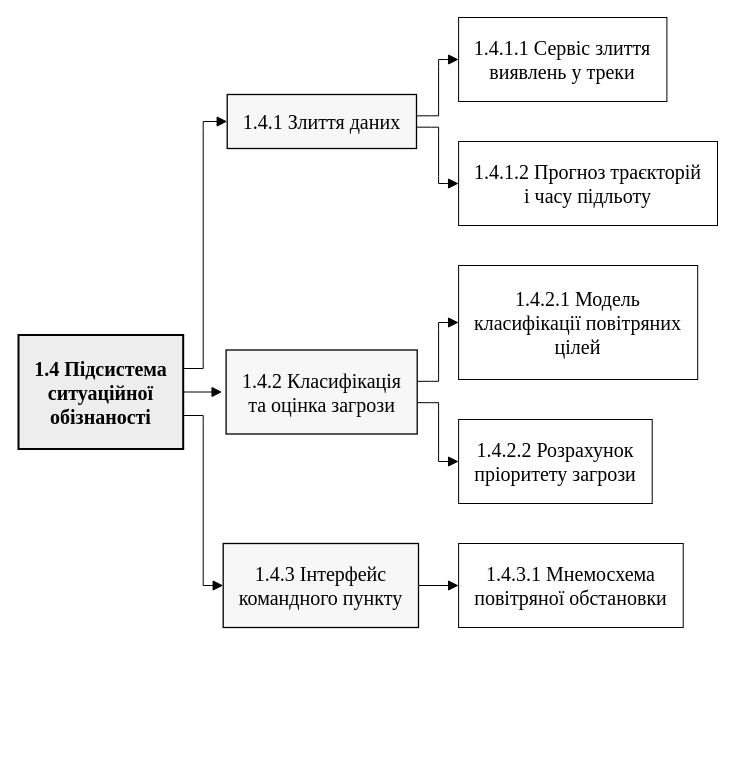
Above: lab1/drawio/12_WBS_1.4.drawio in KravAvfv/-_2026 (draw.io), before the change. Source tidied: cells renumbered, new cells numbered last; positions are measured from the earlier drawing's top-left corner, leaving out a move shared by most shapes. Both pictures are drawn from the tidied source at 100%, with x=0, y=0 at pixel (18, 17).
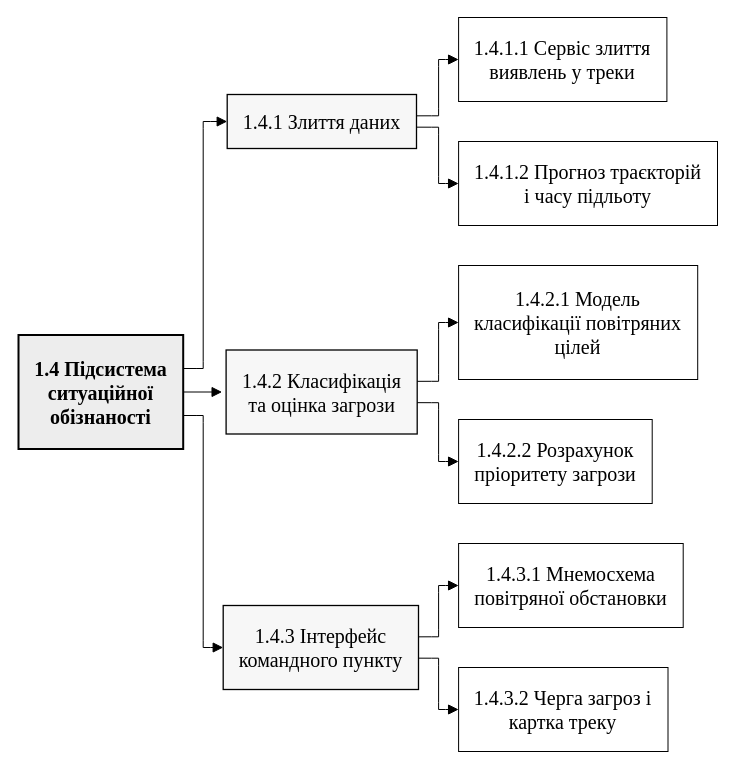
After the change.

Unchanged cells that the change refers to:
```xml
<mxCell id="2" value="1.4 Підсистема&lt;br&gt;ситуаційної&lt;br&gt;обізнаності" style="rounded=0;whiteSpace=wrap;html=1;fontFamily=Times New Roman;fontSize=20;fontColor=#000000;fillColor=#EDEDED;strokeColor=#000000;strokeWidth=2;fontStyle=1;spacingLeft=4;spacingRight=4;" parent="1" vertex="1">
  <mxGeometry y="317.5" width="164.7" height="114" as="geometry" />
</mxCell>
<mxCell id="10" value="1.4.3.1 Мнемосхема&lt;br&gt;повітряної обстановки" style="rounded=0;whiteSpace=wrap;html=1;fontFamily=Times New Roman;fontSize=20;fontColor=#000000;fillColor=#FFFFFF;strokeColor=#000000;strokeWidth=1;fontStyle=0;spacingLeft=4;spacingRight=4;" parent="1" vertex="1">
  <mxGeometry x="440.1" y="526" width="224.6" height="84" as="geometry" />
</mxCell>
```

Change to the diagram source:
```diff
@@
     <mxCell id="9" value="1.4.3 Інтерфейс&lt;br&gt;командного пункту" style="rounded=0;whiteSpace=wrap;html=1;fontFamily=Times New Roman;fontSize=20;fontColor=#000000;fillColor=#F7F7F7;strokeColor=#000000;strokeWidth=1.3;fontStyle=0;spacingLeft=4;spacingRight=4;" parent="1" vertex="1">
-      <mxGeometry x="204.7" y="526" width="195.3" height="84" as="geometry" />
+      <mxGeometry x="204.7" y="588" width="195.3" height="84" as="geometry" />
     </mxCell>
@@
+    <mxCell id="19" value="1.4.3.2 Черга загроз і&lt;br&gt;картка треку" style="rounded=0;whiteSpace=wrap;html=1;fontFamily=Times New Roman;fontSize=20;fontColor=#000000;fillColor=#FFFFFF;strokeColor=#000000;strokeWidth=1;fontStyle=0;spacingLeft=4;spacingRight=4;" parent="1" vertex="1">
+      <mxGeometry x="440.1" y="650" width="209.4" height="84" as="geometry" />
+    </mxCell>
@@
     <mxCell id="17" style="html=1;endArrow=block;endFill=1;endSize=8;rounded=0;edgeStyle=none;strokeColor=#000000;fontFamily=Times New Roman;fontSize=18;labelBackgroundColor=#FFFFFF;exitX=1.0000;exitY=0.7061;exitDx=0;exitDy=0;exitPerimeter=0;entryX=0.0000;entryY=0.5000;entryDx=0;entryDy=0;entryPerimeter=0;" parent="1" edge="1" source="2" target="9">
       <mxGeometry relative="1" as="geometry">
         <Array as="points">
           <mxPoint x="177.6" y="398" />
           <mxPoint x="184.7" y="398" />
           <mxPoint x="184.7" y="405.1" />
-          <mxPoint x="184.7" y="560.9" />
-          <mxPoint x="184.7" y="568" />
-          <mxPoint x="191.8" y="568" />
+          <mxPoint x="184.7" y="622.9" />
+          <mxPoint x="184.7" y="630" />
+          <mxPoint x="191.8" y="630" />
         </Array>
       </mxGeometry>
     </mxCell>
-    <mxCell id="18" style="html=1;endArrow=block;endFill=1;endSize=8;rounded=0;edgeStyle=none;strokeColor=#000000;fontFamily=Times New Roman;fontSize=18;labelBackgroundColor=#FFFFFF;exitX=1.0000;exitY=0.5000;exitDx=0;exitDy=0;exitPerimeter=0;entryX=0.0000;entryY=0.5000;entryDx=0;entryDy=0;entryPerimeter=0;" parent="1" edge="1" source="9" target="10">
-      <mxGeometry relative="1" as="geometry" />
+    <mxCell id="18" style="html=1;endArrow=block;endFill=1;endSize=8;rounded=0;edgeStyle=none;strokeColor=#000000;fontFamily=Times New Roman;fontSize=18;labelBackgroundColor=#FFFFFF;exitX=1.0000;exitY=0.3730;exitDx=0;exitDy=0;exitPerimeter=0;entryX=0.0000;entryY=0.5000;entryDx=0;entryDy=0;entryPerimeter=0;" parent="1" edge="1" source="9" target="10">
+      <mxGeometry relative="1" as="geometry">
+        <Array as="points">
+          <mxPoint x="413" y="619.3" />
+          <mxPoint x="420.1" y="619.3" />
+          <mxPoint x="420.1" y="612.3" />
+          <mxPoint x="420.1" y="575.1" />
+          <mxPoint x="420.1" y="568" />
+          <mxPoint x="427.1" y="568" />
+        </Array>
+      </mxGeometry>
     </mxCell>
+    <mxCell id="20" style="html=1;endArrow=block;endFill=1;endSize=8;rounded=0;edgeStyle=none;strokeColor=#000000;fontFamily=Times New Roman;fontSize=18;labelBackgroundColor=#FFFFFF;exitX=1.0000;exitY=0.6270;exitDx=0;exitDy=0;exitPerimeter=0;entryX=0.0000;entryY=0.5000;entryDx=0;entryDy=0;entryPerimeter=0;" parent="1" edge="1" source="9" target="19">
+      <mxGeometry relative="1" as="geometry">
+        <Array as="points">
+          <mxPoint x="413" y="640.7" />
+          <mxPoint x="420.1" y="640.7" />
+          <mxPoint x="420.1" y="647.7" />
+          <mxPoint x="420.1" y="684.9" />
+          <mxPoint x="420.1" y="692" />
+          <mxPoint x="427.1" y="692" />
+        </Array>
+      </mxGeometry>
+    </mxCell>
```
